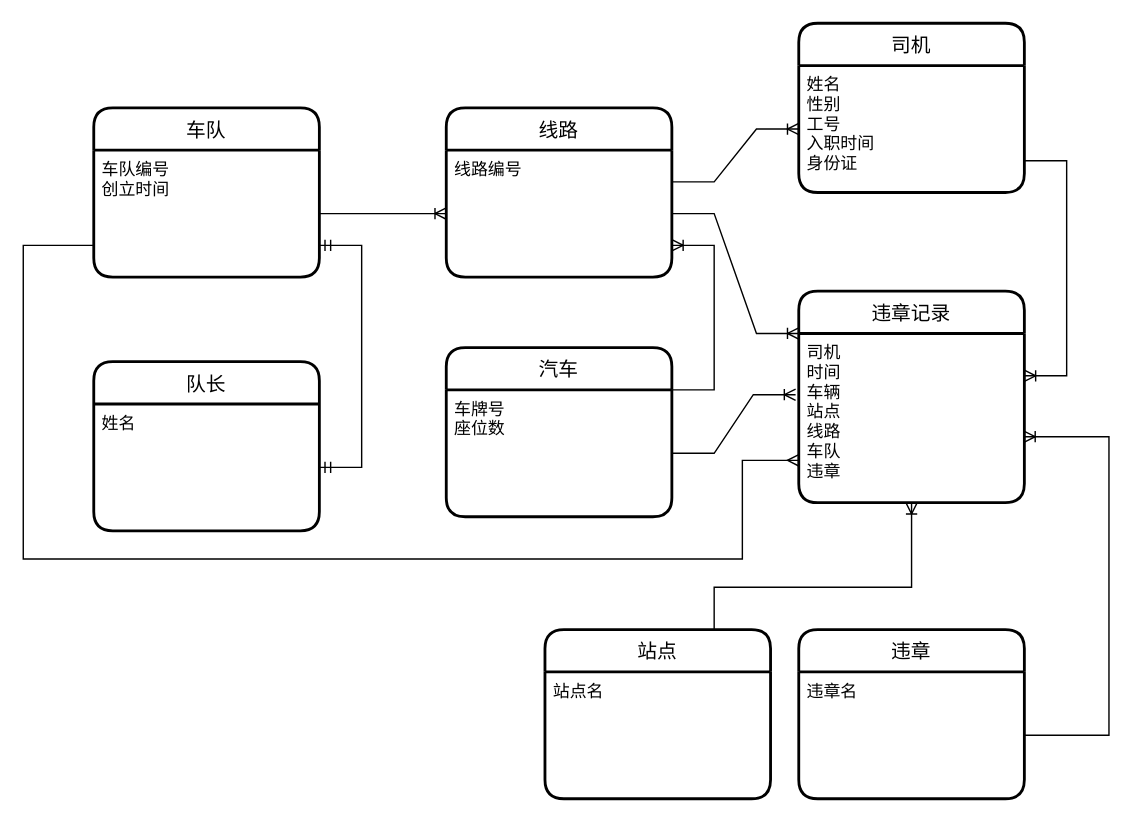
The draw.io diagram ER/DB_Task.drawio in yyq2215986391/DB_Task, before the edit. Source tidied: cells renumbered, new cells numbered last; positions are measured from the earlier drawing's top-left corner, leaving out a move shared by most shapes. Both pictures are drawn from the tidied source at 141%, with x=0, y=0 at pixel (23, 23).
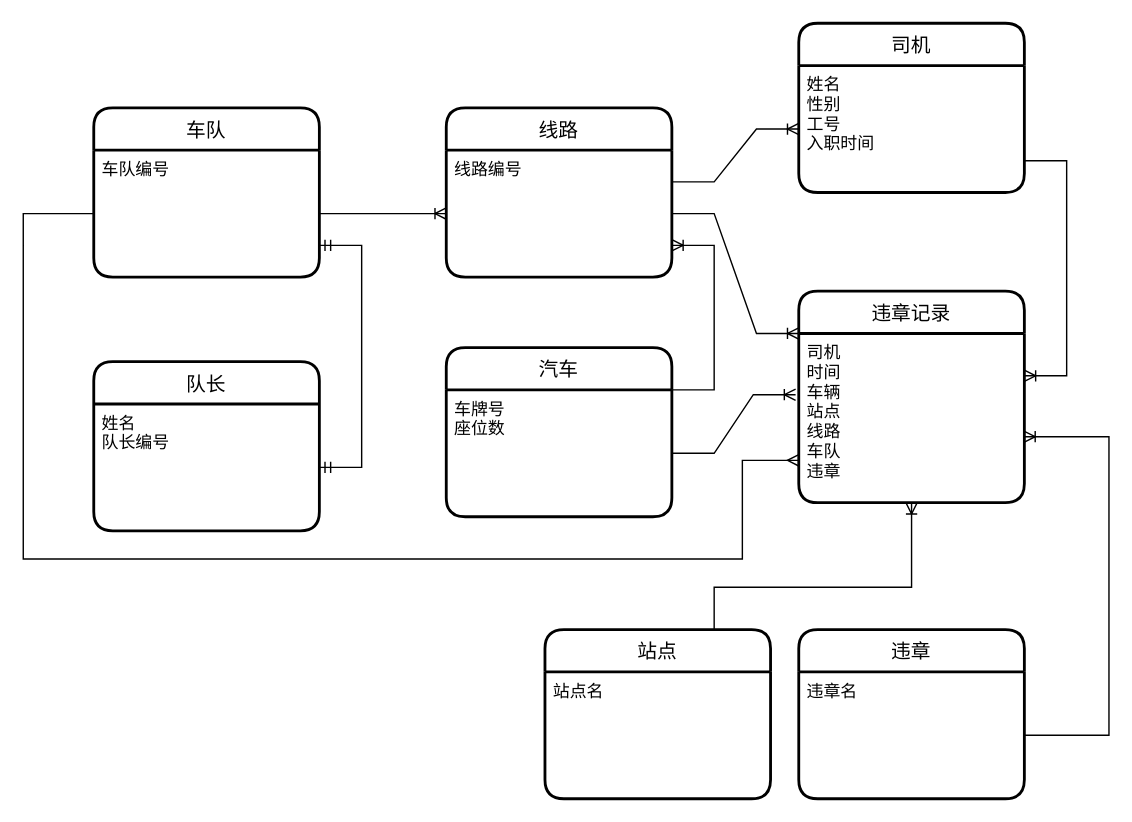
After the change.

Unchanged cells that the change refers to:
```xml
<mxCell id="2" value="车队" style="swimlane;horizontal=1;startSize=30;rounded=1;fontSize=14;fontStyle=0;strokeWidth=2;shadow=0;dashed=0;align=center;" parent="1" vertex="1">
  <mxGeometry x="50" y="60" width="160" height="120" as="geometry" />
</mxCell>
<mxCell id="6" value="司机" style="swimlane;horizontal=1;startSize=30;rounded=1;fontSize=14;fontStyle=0;strokeWidth=2;shadow=0;dashed=0;align=center;" parent="1" vertex="1">
  <mxGeometry x="550" width="160" height="120" as="geometry" />
</mxCell>
<mxCell id="15" value="队长" style="swimlane;horizontal=1;startSize=30;rounded=1;fontSize=14;fontStyle=0;strokeWidth=2;shadow=0;dashed=0;align=center;" parent="1" vertex="1">
  <mxGeometry x="50" y="240" width="160" height="120" as="geometry" />
</mxCell>
<mxCell id="21" value="司机&#10;时间&#10;车辆&#10;站点&#10;线路&#10;车队&#10;违章" style="align=left;strokeColor=none;fillColor=none;spacingLeft=4;fontSize=12;verticalAlign=top;" parent="20" vertex="1">
  <mxGeometry y="30" width="160" height="120" as="geometry" />
</mxCell>
```

Diff of the diagram source:
```diff
@@
-    <mxCell id="3" value="车队编号&#10;创立时间" style="align=left;strokeColor=none;fillColor=none;spacingLeft=4;fontSize=12;verticalAlign=top;" parent="2" vertex="1">
+    <mxCell id="3" value="车队编号" style="align=left;strokeColor=none;fillColor=none;spacingLeft=4;fontSize=12;verticalAlign=top;" parent="2" vertex="1">
       <mxGeometry y="30" width="160" height="90" as="geometry" />
     </mxCell>
@@
-    <mxCell id="7" value="姓名&#10;性别&#10;工号&#10;入职时间&#10;身份证&#10;" style="align=left;strokeColor=none;fillColor=none;spacingLeft=4;fontSize=12;verticalAlign=top;" parent="6" vertex="1">
+    <mxCell id="7" value="姓名&#10;性别&#10;工号&#10;入职时间&#10;" style="align=left;strokeColor=none;fillColor=none;spacingLeft=4;fontSize=12;verticalAlign=top;" parent="6" vertex="1">
       <mxGeometry y="30" width="160" height="90" as="geometry" />
     </mxCell>
@@
-    <mxCell id="16" value="姓名" style="align=left;strokeColor=none;fillColor=none;spacingLeft=4;fontSize=12;verticalAlign=top;" parent="15" vertex="1">
+    <mxCell id="16" value="姓名&#10;队长编号" style="align=left;strokeColor=none;fillColor=none;spacingLeft=4;fontSize=12;verticalAlign=top;" parent="15" vertex="1">
       <mxGeometry y="30" width="160" height="90" as="geometry" />
     </mxCell>
@@
     <mxCell id="26" style="edgeStyle=orthogonalEdgeStyle;fontSize=12;html=1;endArrow=ERmany;rounded=0;entryX=0;entryY=0.75;entryDx=0;entryDy=0;exitX=0;exitY=0.75;exitDx=0;exitDy=0;" parent="1" edge="1" source="3" target="21">
       <mxGeometry relative="1" as="geometry">
         <Array as="points">
-          <mxPoint y="158" />
+          <mxPoint x="50" y="135" />
+          <mxPoint y="135" />
           <mxPoint y="380" />
           <mxPoint x="510" y="380" />
           <mxPoint x="510" y="310" />
         </Array>
       </mxGeometry>
     </mxCell>
```
